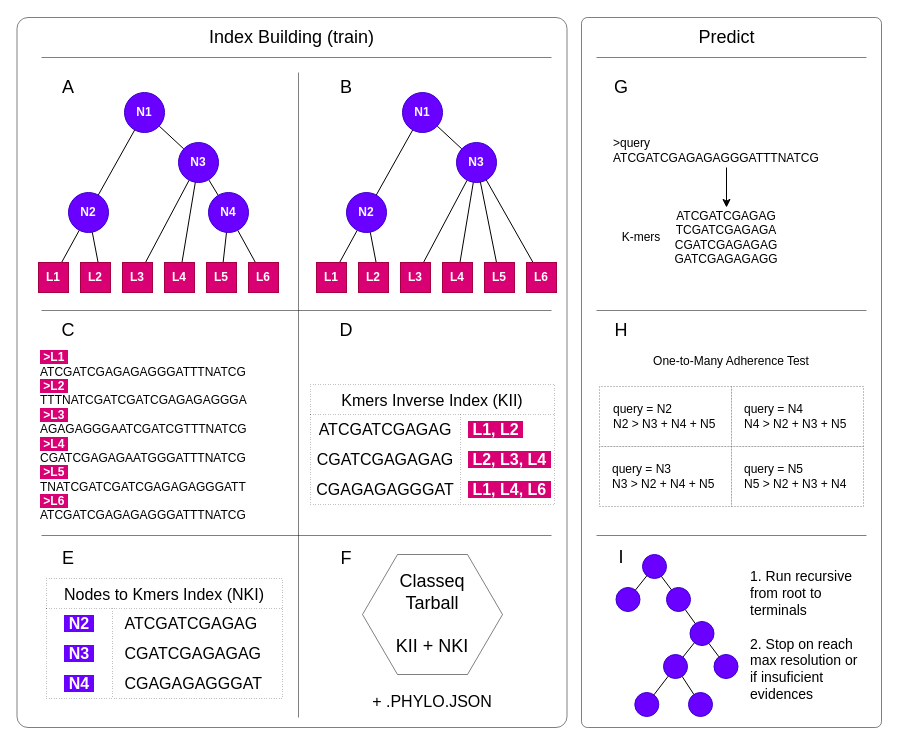
The draw.io diagram page "main-comcepts" (1 of 3) of docs/drawio/classeq.drawio in LepistaBioinformatics/classeq, before the edit. Source tidied: cells renumbered, new cells numbered last; positions are measured from the earlier drawing's top-left corner, leaving out a move shared by most shapes. Both pictures are drawn from the tidied source at 100%, with x=0, y=0 at pixel (17, 17).
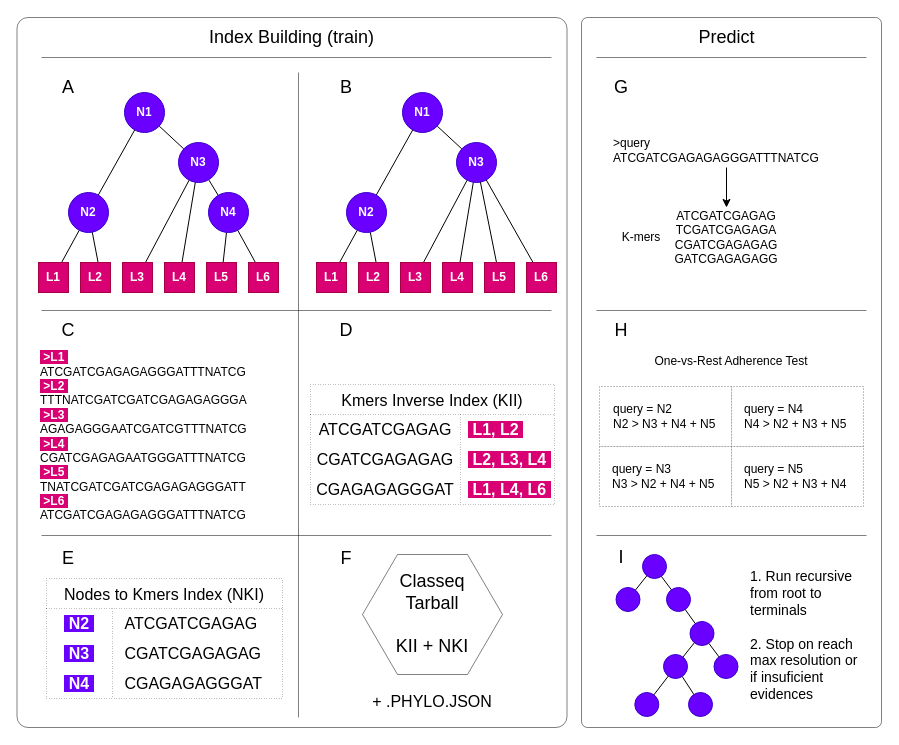
Above is the later version.

Diff of the diagram source:
```diff
@@
-    <mxCell id="73" value="One-to-Many Adherence Test" style="text;html=1;strokeColor=none;fillColor=none;align=center;verticalAlign=middle;whiteSpace=wrap;rounded=0;" parent="1" vertex="1">
+    <mxCell id="73" value="One-vs-Rest Adherence Test" style="text;html=1;strokeColor=none;fillColor=none;align=center;verticalAlign=middle;whiteSpace=wrap;rounded=0;" parent="1" vertex="1">
       <mxGeometry x="624" y="329" width="180" height="30" as="geometry" />
     </mxCell>
```
